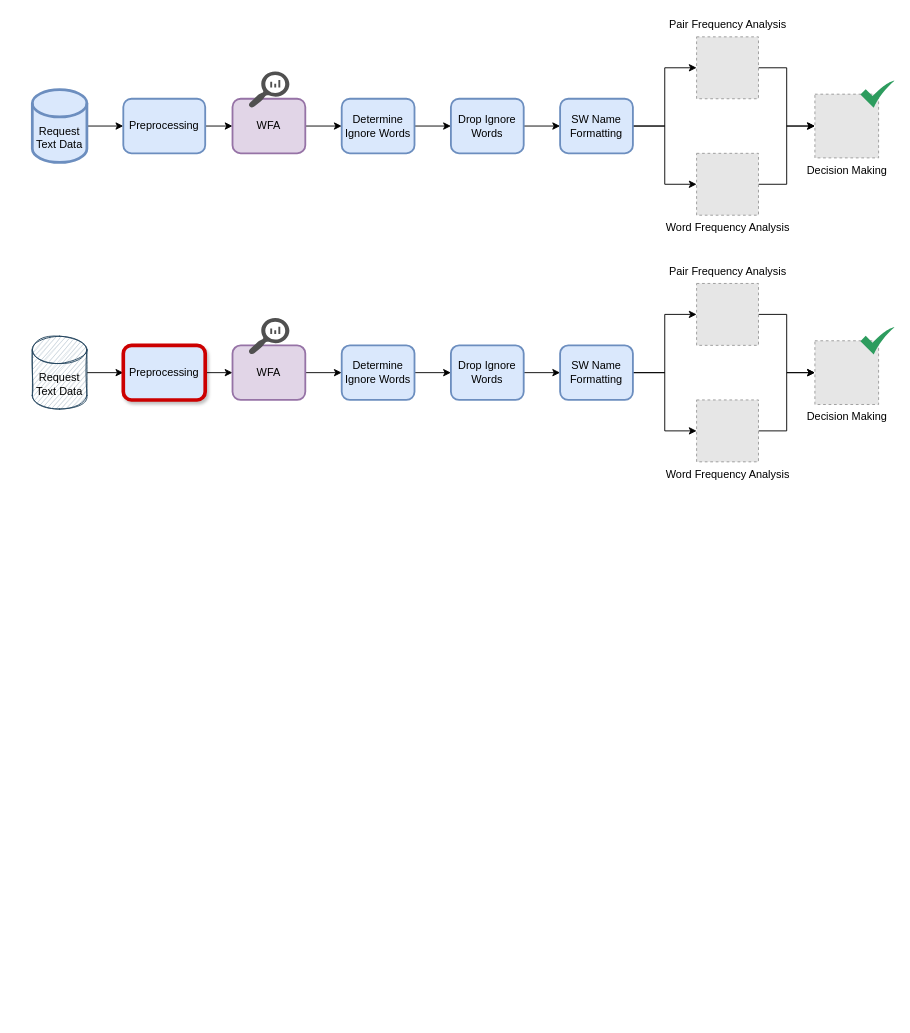
The draw.io diagram arcelik_JiraRequestProjectDiagram.drawio in EgehanEralp/diagrams, before the edit. Source tidied: cells renumbered, new cells numbered last; positions are measured from the earlier drawing's top-left corner, leaving out a move shared by most shapes. Both pictures are drawn from the tidied source at 91%, with x=0, y=0 at pixel (32, 15). Pictures stored in the file or linked from it are replaced by grey dashed boxes.
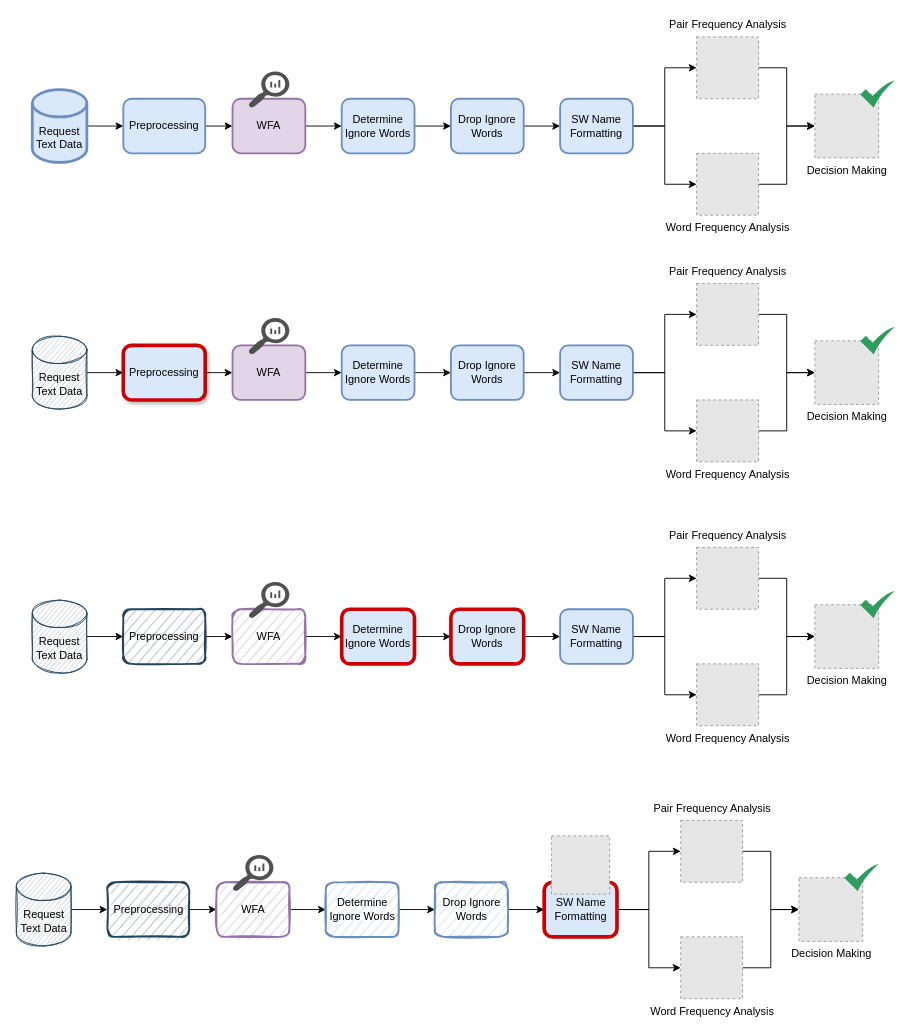
Above is the later version.

Diff of the diagram source:
```diff
@@
+    <mxCell id="44" style="edgeStyle=orthogonalEdgeStyle;rounded=0;jettySize=auto;html=1;exitX=1;exitY=0.5;exitDx=0;exitDy=0;entryX=0;entryY=0.5;entryDx=0;entryDy=0;exitPerimeter=0;" parent="1" edge="1" source="56" target="46">
+      <mxGeometry relative="1" as="geometry" />
+    </mxCell>
+    <mxCell id="45" style="edgeStyle=orthogonalEdgeStyle;rounded=0;jettySize=auto;html=1;exitX=1;exitY=0.5;exitDx=0;exitDy=0;entryX=0;entryY=0.5;entryDx=0;entryDy=0;" parent="1" edge="1" source="46" target="48">
+      <mxGeometry relative="1" as="geometry" />
+    </mxCell>
+    <mxCell id="46" value="Preprocessing" style="rounded=1;whiteSpace=wrap;html=1;fillColor=#bac8d3;strokeColor=#23445d;strokeWidth=2;sketch=1;" parent="1" vertex="1">
+      <mxGeometry x="100" y="652" width="90" height="60" as="geometry" />
+    </mxCell>
+    <mxCell id="47" style="edgeStyle=orthogonalEdgeStyle;rounded=0;jettySize=auto;html=1;exitX=1;exitY=0.5;exitDx=0;exitDy=0;entryX=0;entryY=0.5;entryDx=0;entryDy=0;" parent="1" edge="1" source="48" target="50">
+      <mxGeometry relative="1" as="geometry" />
+    </mxCell>
+    <mxCell id="48" value="WFA" style="rounded=1;whiteSpace=wrap;html=1;strokeWidth=2;fillColor=#e1d5e7;strokeColor=#9673a6;sketch=1;" parent="1" vertex="1">
+      <mxGeometry x="220" y="652" width="80" height="60" as="geometry" />
+    </mxCell>
+    <mxCell id="49" style="edgeStyle=orthogonalEdgeStyle;rounded=0;jettySize=auto;html=1;exitX=1;exitY=0.5;exitDx=0;exitDy=0;entryX=0;entryY=0.5;entryDx=0;entryDy=0;" parent="1" edge="1" source="50" target="52">
+      <mxGeometry relative="1" as="geometry" />
+    </mxCell>
+    <mxCell id="50" value="Determine Ignore Words" style="rounded=1;whiteSpace=wrap;html=1;strokeWidth=4;fillColor=#dae8fc;strokeColor=#CC0000;" parent="1" vertex="1">
+      <mxGeometry x="340" y="652" width="80" height="60" as="geometry" />
+    </mxCell>
+    <mxCell id="51" style="edgeStyle=orthogonalEdgeStyle;rounded=0;jettySize=auto;html=1;exitX=1;exitY=0.5;exitDx=0;exitDy=0;entryX=0;entryY=0.5;entryDx=0;entryDy=0;" parent="1" edge="1" source="52" target="55">
+      <mxGeometry relative="1" as="geometry" />
+    </mxCell>
+    <mxCell id="52" value="Drop Ignore Words" style="rounded=1;whiteSpace=wrap;html=1;strokeWidth=4;fillColor=#dae8fc;strokeColor=#CC0000;" parent="1" vertex="1">
+      <mxGeometry x="460" y="652" width="80" height="60" as="geometry" />
+    </mxCell>
+    <mxCell id="53" style="edgeStyle=orthogonalEdgeStyle;rounded=0;jettySize=auto;html=1;exitX=1;exitY=0.5;exitDx=0;exitDy=0;entryX=0;entryY=0.5;entryDx=0;entryDy=0;" parent="1" edge="1" source="55" target="62">
+      <mxGeometry relative="1" as="geometry" />
+    </mxCell>
+    <mxCell id="54" style="edgeStyle=orthogonalEdgeStyle;rounded=0;jettySize=auto;html=1;exitX=1;exitY=0.5;exitDx=0;exitDy=0;entryX=0;entryY=0.5;entryDx=0;entryDy=0;" parent="1" edge="1" source="55" target="59">
+      <mxGeometry relative="1" as="geometry" />
+    </mxCell>
+    <mxCell id="55" value="&lt;span style=&quot;text-align: left&quot;&gt;SW Name Formatting&lt;/span&gt;" style="rounded=1;whiteSpace=wrap;html=1;strokeWidth=2;fillColor=#dae8fc;strokeColor=#6c8ebf;" parent="1" vertex="1">
+      <mxGeometry x="580" y="652" width="80" height="60" as="geometry" />
+    </mxCell>
+    <mxCell id="56" value="Request Text Data" style="shape=cylinder3;whiteSpace=wrap;html=1;boundedLbl=1;backgroundOutline=1;size=15;fillColor=#bac8d3;strokeColor=#23445d;strokeWidth=1;sketch=1;" parent="1" vertex="1">
+      <mxGeometry y="642" width="60" height="80" as="geometry" />
+    </mxCell>
+    <mxCell id="57" style="shadow=0;dashed=0;html=1;strokeColor=none;labelPosition=center;verticalLabelPosition=bottom;verticalAlign=top;align=center;fillColor=#505050;shape=mxgraph.mscae.oms.log_search;" parent="1" vertex="1">
+      <mxGeometry x="237.5" y="622" width="45" height="40" as="geometry" />
+    </mxCell>
+    <mxCell id="58" style="edgeStyle=orthogonalEdgeStyle;rounded=0;jettySize=auto;html=1;exitX=1;exitY=0.5;exitDx=0;exitDy=0;entryX=0;entryY=0.5;entryDx=0;entryDy=0;" parent="1" edge="1" source="59" target="60">
+      <mxGeometry relative="1" as="geometry" />
+    </mxCell>
+    <mxCell id="59" value="Word Frequency Analysis" style="fillColor=#E6E6E6;strokeColor=#999999;dashed=1;html=1;verticalAlign=top;verticalLabelPosition=bottom;labelBackgroundColor=#ffffff;" parent="1" vertex="1">
+      <mxGeometry x="730" y="712" width="68" height="68" as="geometry" />
+    </mxCell>
+    <mxCell id="60" value="Decision Making" style="fillColor=#E6E6E6;strokeColor=#999999;dashed=1;html=1;verticalAlign=top;verticalLabelPosition=bottom;labelBackgroundColor=#ffffff;" parent="1" vertex="1">
+      <mxGeometry x="860" y="647" width="70" height="70" as="geometry" />
+    </mxCell>
+    <mxCell id="61" style="edgeStyle=orthogonalEdgeStyle;rounded=0;jettySize=auto;html=1;exitX=1;exitY=0.5;exitDx=0;exitDy=0;" parent="1" edge="1" source="62" target="60">
+      <mxGeometry relative="1" as="geometry" />
+    </mxCell>
+    <mxCell id="62" style="fillColor=#E6E6E6;strokeColor=#999999;dashed=1;html=1;verticalAlign=top;verticalLabelPosition=bottom;labelBackgroundColor=#ffffff;" parent="1" vertex="1">
+      <mxGeometry x="730" y="584" width="68" height="68" as="geometry" />
+    </mxCell>
+    <mxCell id="63" value="&lt;span style=&quot;background-color: rgb(255 , 255 , 255)&quot;&gt;Pair Frequency Analysis&lt;/span&gt;" style="text;html=1;align=center;verticalAlign=middle;strokeColor=none;fillColor=none;" parent="1" vertex="1">
+      <mxGeometry x="694" y="561" width="140" height="20" as="geometry" />
+    </mxCell>
+    <mxCell id="64" style="html=1;strokeColor=none;shadow=0;align=center;verticalAlign=top;fillColor=#2D9C5E;shape=mxgraph.gcp2.check;" parent="1" vertex="1">
+      <mxGeometry x="910" y="632" width="37.5" height="30" as="geometry" />
+    </mxCell>
+    <mxCell id="65" style="edgeStyle=orthogonalEdgeStyle;rounded=0;jettySize=auto;html=1;exitX=1;exitY=0.5;exitDx=0;exitDy=0;entryX=0;entryY=0.5;entryDx=0;entryDy=0;exitPerimeter=0;" parent="1" edge="1" source="77" target="67">
+      <mxGeometry relative="1" as="geometry" />
+    </mxCell>
+    <mxCell id="66" style="edgeStyle=orthogonalEdgeStyle;rounded=0;jettySize=auto;html=1;exitX=1;exitY=0.5;exitDx=0;exitDy=0;entryX=0;entryY=0.5;entryDx=0;entryDy=0;" parent="1" edge="1" source="67" target="69">
+      <mxGeometry relative="1" as="geometry" />
+    </mxCell>
+    <mxCell id="67" value="Preprocessing" style="rounded=1;whiteSpace=wrap;html=1;fillColor=#bac8d3;strokeColor=#23445d;strokeWidth=2;sketch=1;" parent="1" vertex="1">
+      <mxGeometry x="82.5" y="952" width="90" height="60" as="geometry" />
+    </mxCell>
+    <mxCell id="68" style="edgeStyle=orthogonalEdgeStyle;rounded=0;jettySize=auto;html=1;exitX=1;exitY=0.5;exitDx=0;exitDy=0;entryX=0;entryY=0.5;entryDx=0;entryDy=0;" parent="1" edge="1" source="69" target="71">
+      <mxGeometry relative="1" as="geometry" />
+    </mxCell>
+    <mxCell id="69" value="WFA" style="rounded=1;whiteSpace=wrap;html=1;strokeWidth=2;fillColor=#e1d5e7;strokeColor=#9673a6;sketch=1;" parent="1" vertex="1">
+      <mxGeometry x="202.5" y="952" width="80" height="60" as="geometry" />
+    </mxCell>
+    <mxCell id="70" style="edgeStyle=orthogonalEdgeStyle;rounded=0;jettySize=auto;html=1;exitX=1;exitY=0.5;exitDx=0;exitDy=0;entryX=0;entryY=0.5;entryDx=0;entryDy=0;" parent="1" edge="1" source="71" target="73">
+      <mxGeometry relative="1" as="geometry" />
+    </mxCell>
+    <mxCell id="71" value="Determine Ignore Words" style="rounded=1;whiteSpace=wrap;html=1;strokeWidth=2;fillColor=#dae8fc;strokeColor=#6C8EBF;sketch=1;" parent="1" vertex="1">
+      <mxGeometry x="322.5" y="952" width="80" height="60" as="geometry" />
+    </mxCell>
+    <mxCell id="72" style="edgeStyle=orthogonalEdgeStyle;rounded=0;jettySize=auto;html=1;exitX=1;exitY=0.5;exitDx=0;exitDy=0;entryX=0;entryY=0.5;entryDx=0;entryDy=0;" parent="1" edge="1" source="73" target="76">
+      <mxGeometry relative="1" as="geometry" />
+    </mxCell>
+    <mxCell id="73" value="Drop Ignore Words" style="rounded=1;whiteSpace=wrap;html=1;strokeWidth=2;fillColor=#dae8fc;strokeColor=#6C8EBF;sketch=1;" parent="1" vertex="1">
+      <mxGeometry x="442.5" y="952" width="80" height="60" as="geometry" />
+    </mxCell>
+    <mxCell id="74" style="edgeStyle=orthogonalEdgeStyle;rounded=0;jettySize=auto;html=1;exitX=1;exitY=0.5;exitDx=0;exitDy=0;entryX=0;entryY=0.5;entryDx=0;entryDy=0;" parent="1" edge="1" source="76" target="83">
+      <mxGeometry relative="1" as="geometry" />
+    </mxCell>
+    <mxCell id="75" style="edgeStyle=orthogonalEdgeStyle;rounded=0;jettySize=auto;html=1;exitX=1;exitY=0.5;exitDx=0;exitDy=0;entryX=0;entryY=0.5;entryDx=0;entryDy=0;" parent="1" edge="1" source="76" target="80">
+      <mxGeometry relative="1" as="geometry" />
+    </mxCell>
+    <mxCell id="76" value="&lt;span style=&quot;text-align: left&quot;&gt;SW Name Formatting&lt;/span&gt;" style="rounded=1;whiteSpace=wrap;html=1;strokeWidth=4;fillColor=#dae8fc;strokeColor=#CC0000;" parent="1" vertex="1">
+      <mxGeometry x="562.5" y="952" width="80" height="60" as="geometry" />
+    </mxCell>
+    <mxCell id="77" value="Request Text Data" style="shape=cylinder3;whiteSpace=wrap;html=1;boundedLbl=1;backgroundOutline=1;size=15;fillColor=#bac8d3;strokeColor=#23445d;strokeWidth=1;sketch=1;" parent="1" vertex="1">
+      <mxGeometry x="-17.5" y="942" width="60" height="80" as="geometry" />
+    </mxCell>
+    <mxCell id="78" style="shadow=0;dashed=0;html=1;strokeColor=none;labelPosition=center;verticalLabelPosition=bottom;verticalAlign=top;align=center;fillColor=#505050;shape=mxgraph.mscae.oms.log_search;" parent="1" vertex="1">
+      <mxGeometry x="220" y="922" width="45" height="40" as="geometry" />
+    </mxCell>
+    <mxCell id="79" style="edgeStyle=orthogonalEdgeStyle;rounded=0;jettySize=auto;html=1;exitX=1;exitY=0.5;exitDx=0;exitDy=0;entryX=0;entryY=0.5;entryDx=0;entryDy=0;" parent="1" edge="1" source="80" target="81">
+      <mxGeometry relative="1" as="geometry" />
+    </mxCell>
+    <mxCell id="80" value="Word Frequency Analysis" style="fillColor=#E6E6E6;strokeColor=#999999;dashed=1;html=1;verticalAlign=top;verticalLabelPosition=bottom;labelBackgroundColor=#ffffff;" parent="1" vertex="1">
+      <mxGeometry x="712.5" y="1012" width="68" height="68" as="geometry" />
+    </mxCell>
+    <mxCell id="81" value="Decision Making" style="fillColor=#E6E6E6;strokeColor=#999999;dashed=1;html=1;verticalAlign=top;verticalLabelPosition=bottom;labelBackgroundColor=#ffffff;" parent="1" vertex="1">
+      <mxGeometry x="842.5" y="947" width="70" height="70" as="geometry" />
+    </mxCell>
+    <mxCell id="82" style="edgeStyle=orthogonalEdgeStyle;rounded=0;jettySize=auto;html=1;exitX=1;exitY=0.5;exitDx=0;exitDy=0;" parent="1" edge="1" source="83" target="81">
+      <mxGeometry relative="1" as="geometry" />
+    </mxCell>
+    <mxCell id="83" style="fillColor=#E6E6E6;strokeColor=#999999;dashed=1;html=1;verticalAlign=top;verticalLabelPosition=bottom;labelBackgroundColor=#ffffff;" parent="1" vertex="1">
+      <mxGeometry x="712.5" y="884" width="68" height="68" as="geometry" />
+    </mxCell>
+    <mxCell id="84" value="&lt;span style=&quot;background-color: rgb(255 , 255 , 255)&quot;&gt;Pair Frequency Analysis&lt;/span&gt;" style="text;html=1;align=center;verticalAlign=middle;strokeColor=none;fillColor=none;" parent="1" vertex="1">
+      <mxGeometry x="676.5" y="861" width="140" height="20" as="geometry" />
+    </mxCell>
+    <mxCell id="85" style="html=1;strokeColor=none;shadow=0;align=center;verticalAlign=top;fillColor=#2D9C5E;shape=mxgraph.gcp2.check;" parent="1" vertex="1">
+      <mxGeometry x="892.5" y="932" width="37.5" height="30" as="geometry" />
+    </mxCell>
+    <mxCell id="86" style="fillColor=#E6E6E6;strokeColor=#999999;dashed=1;html=1;verticalAlign=top;verticalLabelPosition=bottom;labelBackgroundColor=#ffffff;" parent="1" vertex="1">
+      <mxGeometry x="570.5" y="901" width="64" height="64" as="geometry" />
+    </mxCell>
```
